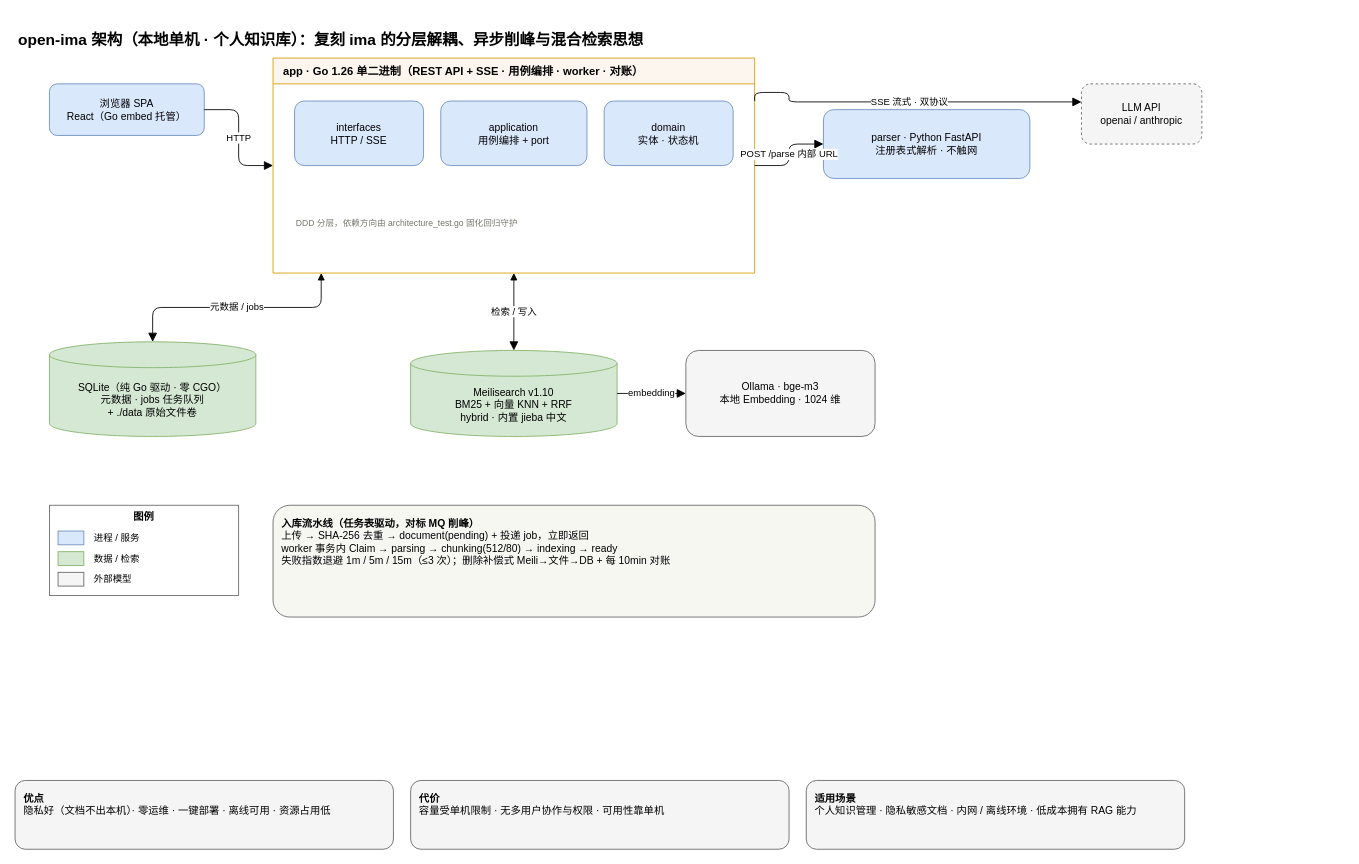
This is page "2-openima-本地架构" (2 of 3) of docs/diagrams/ima-vs-openima-architecture.drawio from toddwyl/open-ima, a draw.io file, before an edit. Source tidied: cells renumbered, new cells numbered last; positions are measured from the earlier drawing's top-left corner, leaving out a move shared by most shapes. Both pictures are drawn from the tidied source at 86%, with x=0, y=0 at pixel (15, 23).
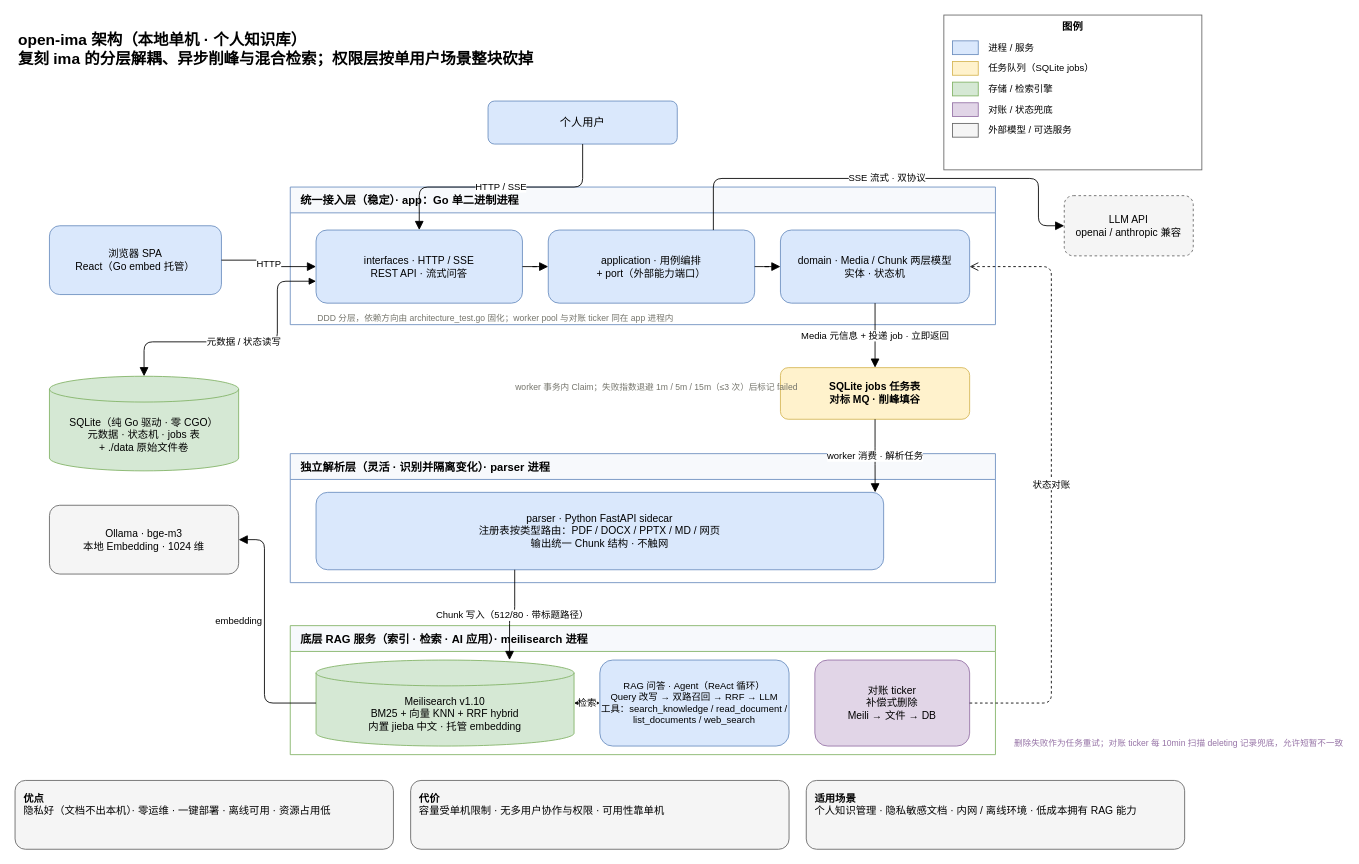
After the change.

Commit message (it also covers changes not shown here):
docs: 重绘 open-ima 架构页，对齐 ima 云端图风格与知乎文章内容

- 三条泳道（统一接入层 app / 独立解析层 parser / 底层 RAG 服务 meilisearch）对标云端图骨架
- SQLite jobs 任务表对标 MQ 削峰，黄色标记；对账 ticker 紫色虚线回连 domain
- 补充 Agent ReAct、四个工具、worker 退避、补偿式删除等知乎文章对齐的细节
- 同步导出 ima-vs-openima-page2.png

Diff of the diagram source:
```diff
@@
-    <mxCell id="2" value="open-ima 架构（本地单机 · 个人知识库）：复刻 ima 的分层解耦、异步削峰与混合检索思想" style="text;html=1;align=left;verticalAlign=top;fontSize=18;fontStyle=1;spacing=4;" parent="1" vertex="1">
-      <mxGeometry width="1360" height="34" as="geometry" />
+    <mxCell id="2" value="open-ima 架构（本地单机 · 个人知识库）&#10;复刻 ima 的分层解耦、异步削峰与混合检索；权限层按单用户场景整块砍掉" style="text;html=1;align=left;verticalAlign=top;fontSize=18;fontStyle=1;spacing=4;" parent="1" vertex="1">
+      <mxGeometry width="1200" height="60" as="geometry" />
     </mxCell>
+    <mxCell id="31" value="个人用户" style="rounded=1;whiteSpace=wrap;html=1;fillColor=#dae8fc;strokeColor=#6c8ebf;fontSize=13;" parent="1" vertex="1">
+      <mxGeometry x="550" y="90" width="220" height="50" as="geometry" />
+    </mxCell>
     <mxCell id="3" value="浏览器 SPA&#10;React（Go embed 托管）" style="rounded=1;whiteSpace=wrap;html=1;fillColor=#dae8fc;strokeColor=#6c8ebf;fontSize=12;" parent="1" vertex="1">
-      <mxGeometry x="40" y="70" width="180" height="60" as="geometry" />
+      <mxGeometry x="40" y="235" width="200" height="80" as="geometry" />
     </mxCell>
-    <mxCell id="4" value="app · Go 1.26 单二进制（REST API + SSE · 用例编排 · worker · 对账）" style="swimlane;startSize=30;fillColor=#fdf6ee;strokeColor=#d79b00;fontSize=13;fontStyle=1;align=left;spacingLeft=10;" parent="1" vertex="1">
-      <mxGeometry x="300" y="40" width="560" height="250" as="geometry" />
-    </mxCell>
+    <mxCell id="32" value="统一接入层（稳定）· app：Go 单二进制进程" style="swimlane;startSize=30;fillColor=#f7f9fc;strokeColor=#6c8ebf;fontSize=13;fontStyle=1;align=left;spacingLeft=10;" parent="1" vertex="1">
+      <mxGeometry x="320" y="190" width="820" height="160" as="geometry" />
+    </mxCell>
-    <mxCell id="5" value="interfaces&#10;HTTP / SSE" style="rounded=1;whiteSpace=wrap;html=1;fillColor=#dae8fc;strokeColor=#6c8ebf;fontSize=12;" parent="4" vertex="1">
-      <mxGeometry x="25" y="50" width="150" height="75" as="geometry" />
+    <mxCell id="5" value="interfaces · HTTP / SSE&#10;REST API · 流式问答" style="rounded=1;whiteSpace=wrap;html=1;fillColor=#dae8fc;strokeColor=#6c8ebf;fontSize=12;" parent="32" vertex="1">
+      <mxGeometry x="30" y="50" width="240" height="85" as="geometry" />
     </mxCell>
-    <mxCell id="6" value="application&#10;用例编排 + port" style="rounded=1;whiteSpace=wrap;html=1;fillColor=#dae8fc;strokeColor=#6c8ebf;fontSize=12;" parent="4" vertex="1">
-      <mxGeometry x="195" y="50" width="170" height="75" as="geometry" />
+    <mxCell id="6" value="application · 用例编排&#10;+ port（外部能力端口）" style="rounded=1;whiteSpace=wrap;html=1;fillColor=#dae8fc;strokeColor=#6c8ebf;fontSize=12;" parent="32" vertex="1">
+      <mxGeometry x="300" y="50" width="240" height="85" as="geometry" />
     </mxCell>
-    <mxCell id="7" value="domain&#10;实体 · 状态机" style="rounded=1;whiteSpace=wrap;html=1;fillColor=#dae8fc;strokeColor=#6c8ebf;fontSize=12;" parent="4" vertex="1">
-      <mxGeometry x="385" y="50" width="150" height="75" as="geometry" />
+    <mxCell id="7" value="domain · Media / Chunk 两层模型&#10;实体 · 状态机" style="rounded=1;whiteSpace=wrap;html=1;fillColor=#dae8fc;strokeColor=#6c8ebf;fontSize=12;" parent="32" vertex="1">
+      <mxGeometry x="570" y="50" width="220" height="85" as="geometry" />
     </mxCell>
-    <mxCell id="8" value="DDD 分层，依赖方向由 architecture_test.go 固化回归守护" style="text;html=1;align=left;fontSize=10;fontColor=#75756c;" parent="4" vertex="1">
-      <mxGeometry x="25" y="180" width="510" height="30" as="geometry" />
+    <mxCell id="8" value="DDD 分层，依赖方向由 architecture_test.go 固化；worker pool 与对账 ticker 同在 app 进程内" style="text;html=1;align=left;fontSize=10;fontColor=#75756c;" parent="32" vertex="1">
+      <mxGeometry x="30" y="140" width="760" height="16" as="geometry" />
     </mxCell>
+    <mxCell id="33" value="SQLite jobs 任务表&#10;对标 MQ · 削峰填谷" style="rounded=1;whiteSpace=wrap;html=1;fillColor=#fff2cc;strokeColor=#d6b656;fontSize=12;fontStyle=1;" parent="1" vertex="1">
+      <mxGeometry x="890" y="400" width="220" height="60" as="geometry" />
+    </mxCell>
+    <mxCell id="34" value="worker 事务内 Claim；失败指数退避 1m / 5m / 15m（≤3 次）后标记 failed" style="text;html=1;align=left;fontSize=10;fontColor=#75756c;" parent="1" vertex="1">
+      <mxGeometry x="580" y="410" width="290" height="40" as="geometry" />
+    </mxCell>
+    <mxCell id="35" value="独立解析层（灵活 · 识别并隔离变化）· parser 进程" style="swimlane;startSize=30;fillColor=#f7f9fc;strokeColor=#6c8ebf;fontSize=13;fontStyle=1;align=left;spacingLeft=10;" parent="1" vertex="1">
+      <mxGeometry x="320" y="500" width="820" height="150" as="geometry" />
+    </mxCell>
-    <mxCell id="9" value="parser · Python FastAPI&#10;注册表式解析 · 不触网" style="rounded=1;whiteSpace=wrap;html=1;fillColor=#dae8fc;strokeColor=#6c8ebf;fontSize=12;" parent="1" vertex="1">
-      <mxGeometry x="940" y="100" width="240" height="80" as="geometry" />
+    <mxCell id="9" value="parser · Python FastAPI sidecar&#10;注册表按类型路由：PDF / DOCX / PPTX / MD / 网页&#10;输出统一 Chunk 结构 · 不触网" style="rounded=1;whiteSpace=wrap;html=1;fillColor=#dae8fc;strokeColor=#6c8ebf;fontSize=12;" parent="35" vertex="1">
+      <mxGeometry x="30" y="45" width="660" height="90" as="geometry" />
     </mxCell>
+    <mxCell id="36" value="底层 RAG 服务（索引 · 检索 · AI 应用）· meilisearch 进程" style="swimlane;startSize=30;fillColor=#f7f9fc;strokeColor=#82b366;fontSize=13;fontStyle=1;align=left;spacingLeft=10;" parent="1" vertex="1">
+      <mxGeometry x="320" y="700" width="820" height="150" as="geometry" />
+    </mxCell>
+    <mxCell id="11" value="Meilisearch v1.10&#10;BM25 + 向量 KNN + RRF hybrid&#10;内置 jieba 中文 · 托管 embedding" style="shape=cylinder3;whiteSpace=wrap;html=1;boundedLbl=1;backgroundOutline=1;size=15;fillColor=#d5e8d4;strokeColor=#82b366;fontSize=12;" parent="36" vertex="1">
+      <mxGeometry x="30" y="40" width="300" height="100" as="geometry" />
+    </mxCell>
+    <mxCell id="37" value="RAG 问答 · Agent（ReAct 循环）&#10;Query 改写 → 双路召回 → RRF → LLM&#10;工具：search_knowledge / read_document / list_documents / web_search" style="rounded=1;whiteSpace=wrap;html=1;fillColor=#dae8fc;strokeColor=#6c8ebf;fontSize=11;" parent="36" vertex="1">
+      <mxGeometry x="360" y="40" width="220" height="100" as="geometry" />
+    </mxCell>
+    <mxCell id="38" value="对账 ticker&#10;补偿式删除&#10;Meili → 文件 → DB" style="rounded=1;whiteSpace=wrap;html=1;fillColor=#e1d5e7;strokeColor=#9673a6;fontSize=12;" parent="36" vertex="1">
+      <mxGeometry x="610" y="40" width="180" height="100" as="geometry" />
+    </mxCell>
+    <mxCell id="13" value="SQLite（纯 Go 驱动 · 零 CGO）&#10;元数据 · 状态机 · jobs 表&#10;+ ./data 原始文件卷" style="shape=cylinder3;whiteSpace=wrap;html=1;boundedLbl=1;backgroundOutline=1;size=15;fillColor=#d5e8d4;strokeColor=#82b366;fontSize=12;" parent="1" vertex="1">
+      <mxGeometry x="40" y="410" width="220" height="110" as="geometry" />
+    </mxCell>
+    <mxCell id="12" value="Ollama · bge-m3&#10;本地 Embedding · 1024 维" style="rounded=1;whiteSpace=wrap;html=1;fillColor=#f5f5f5;strokeColor=#666666;fontSize=12;" parent="1" vertex="1">
+      <mxGeometry x="40" y="560" width="220" height="80" as="geometry" />
+    </mxCell>
-    <mxCell id="10" value="LLM API&#10;openai / anthropic" style="rounded=1;whiteSpace=wrap;html=1;fillColor=#f5f5f5;strokeColor=#666666;dashed=1;fontSize=12;" parent="1" vertex="1">
-      <mxGeometry x="1240" y="70" width="140" height="70" as="geometry" />
+    <mxCell id="10" value="LLM API&#10;openai / anthropic 兼容" style="rounded=1;whiteSpace=wrap;html=1;fillColor=#f5f5f5;strokeColor=#666666;dashed=1;fontSize=12;" parent="1" vertex="1">
+      <mxGeometry x="1220" y="200" width="150" height="70" as="geometry" />
     </mxCell>
-    <mxCell id="11" value="Meilisearch v1.10&#10;BM25 + 向量 KNN + RRF&#10;hybrid · 内置 jieba 中文" style="shape=cylinder3;whiteSpace=wrap;html=1;boundedLbl=1;backgroundOutline=1;size=15;fillColor=#d5e8d4;strokeColor=#82b366;fontSize=12;" parent="1" vertex="1">
-      <mxGeometry x="460" y="380" width="240" height="100" as="geometry" />
-    </mxCell>
-    <mxCell id="12" value="Ollama · bge-m3&#10;本地 Embedding · 1024 维" style="rounded=1;whiteSpace=wrap;html=1;fillColor=#f5f5f5;strokeColor=#666666;fontSize=12;" parent="1" vertex="1">
-      <mxGeometry x="780" y="380" width="220" height="100" as="geometry" />
-    </mxCell>
-    <mxCell id="13" value="SQLite（纯 Go 驱动 · 零 CGO）&#10;元数据 · jobs 任务队列&#10;+ ./data 原始文件卷" style="shape=cylinder3;whiteSpace=wrap;html=1;boundedLbl=1;backgroundOutline=1;size=15;fillColor=#d5e8d4;strokeColor=#82b366;fontSize=12;" parent="1" vertex="1">
-      <mxGeometry x="40" y="370" width="240" height="110" as="geometry" />
-    </mxCell>
+    <mxCell id="39" value="HTTP / SSE" style="edgeStyle=orthogonalEdgeStyle;rounded=1;jettySize=auto;html=1;endArrow=block;endSize=8;fontSize=11;labelBackgroundColor=#ffffff;exitX=0.5;exitY=1;exitDx=0;exitDy=0;entryX=0.5;entryY=0;entryDx=0;entryDy=0;" parent="1" edge="1" source="31" target="5">
+      <mxGeometry relative="1" as="geometry" />
+    </mxCell>
-    <mxCell id="14" value="HTTP" style="edgeStyle=orthogonalEdgeStyle;rounded=1;jettySize=auto;html=1;endArrow=block;endSize=8;fontSize=11;labelBackgroundColor=#ffffff;" parent="1" edge="1" source="3" target="4">
+    <mxCell id="14" value="HTTP" style="edgeStyle=orthogonalEdgeStyle;rounded=1;jettySize=auto;html=1;endArrow=block;endSize=8;fontSize=11;labelBackgroundColor=#ffffff;exitX=1;exitY=0.5;exitDx=0;exitDy=0;entryX=0;entryY=0.5;entryDx=0;entryDy=0;" parent="1" edge="1" source="3" target="5">
       <mxGeometry relative="1" as="geometry" />
     </mxCell>
-    <mxCell id="15" value="POST /parse 内部 URL" style="edgeStyle=orthogonalEdgeStyle;rounded=1;jettySize=auto;html=1;endArrow=block;endSize=8;fontSize=11;labelBackgroundColor=#ffffff;" parent="1" edge="1" source="4" target="9">
-      <mxGeometry relative="1" as="geometry" />
-    </mxCell>
+    <mxCell id="40" style="edgeStyle=orthogonalEdgeStyle;rounded=1;jettySize=auto;html=1;endArrow=block;endSize=8;" parent="1" edge="1" source="5" target="6">
+      <mxGeometry relative="1" as="geometry" />
+    </mxCell>
+    <mxCell id="41" style="edgeStyle=orthogonalEdgeStyle;rounded=1;jettySize=auto;html=1;endArrow=block;endSize=8;" parent="1" edge="1" source="6" target="7">
+      <mxGeometry relative="1" as="geometry" />
+    </mxCell>
+    <mxCell id="42" value="Media 元信息 + 投递 job · 立即返回" style="edgeStyle=orthogonalEdgeStyle;rounded=1;jettySize=auto;html=1;endArrow=block;endSize=8;fontSize=11;labelBackgroundColor=#ffffff;exitX=0.5;exitY=1;exitDx=0;exitDy=0;entryX=0.5;entryY=0;entryDx=0;entryDy=0;" parent="1" edge="1" source="7" target="33">
+      <mxGeometry relative="1" as="geometry" />
+    </mxCell>
+    <mxCell id="43" value="worker 消费 · 解析任务" style="edgeStyle=orthogonalEdgeStyle;rounded=1;jettySize=auto;html=1;endArrow=block;endSize=8;fontSize=11;labelBackgroundColor=#ffffff;exitX=0.5;exitY=1;exitDx=0;exitDy=0;entryX=0.985;entryY=0;entryDx=0;entryDy=0;" parent="1" edge="1" source="33" target="9">
+      <mxGeometry relative="1" as="geometry" />
+    </mxCell>
+    <mxCell id="44" value="Chunk 写入（512/80 · 带标题路径）" style="edgeStyle=orthogonalEdgeStyle;rounded=1;jettySize=auto;html=1;endArrow=block;endSize=8;fontSize=11;labelBackgroundColor=#ffffff;exitX=0.35;exitY=1;exitDx=0;exitDy=0;entryX=0.75;entryY=0;entryDx=0;entryDy=0;" parent="1" edge="1" source="9" target="11">
+      <mxGeometry relative="1" as="geometry" />
+    </mxCell>
+    <mxCell id="45" value="检索" style="edgeStyle=orthogonalEdgeStyle;rounded=1;jettySize=auto;html=1;endArrow=block;endSize=8;fontSize=11;labelBackgroundColor=#ffffff;startArrow=block;" parent="1" edge="1" source="37" target="11">
+      <mxGeometry relative="1" as="geometry" />
+    </mxCell>
+    <mxCell id="18" value="embedding" style="edgeStyle=orthogonalEdgeStyle;rounded=1;jettySize=auto;html=1;endArrow=block;endSize=8;fontSize=11;labelBackgroundColor=#ffffff;exitX=0;exitY=0.5;exitDx=0;exitDy=0;entryX=1;entryY=0.5;entryDx=0;entryDy=0;" parent="1" edge="1" source="11" target="12">
+      <mxGeometry relative="1" as="geometry">
+        <Array as="points">
+          <mxPoint x="290" y="790" />
+          <mxPoint x="290" y="600" />
+        </Array>
+        <mxPoint x="-30" y="-15" as="offset" />
+      </mxGeometry>
+    </mxCell>
-    <mxCell id="16" value="SSE 流式 · 双协议" style="edgeStyle=orthogonalEdgeStyle;rounded=1;jettySize=auto;html=1;endArrow=block;endSize=8;fontSize=11;labelBackgroundColor=#ffffff;exitX=1;exitY=0.2;exitDx=0;exitDy=0;entryX=0;entryY=0.3;entryDx=0;entryDy=0;" parent="1" edge="1" source="4" target="10">
+    <mxCell id="16" value="SSE 流式 · 双协议" style="edgeStyle=orthogonalEdgeStyle;rounded=1;jettySize=auto;html=1;endArrow=block;endSize=8;fontSize=11;labelBackgroundColor=#ffffff;exitX=0.8;exitY=0;exitDx=0;exitDy=0;entryX=0;entryY=0.5;entryDx=0;entryDy=0;" parent="1" edge="1" source="6" target="10">
       <mxGeometry relative="1" as="geometry">
         <Array as="points">
-          <mxPoint x="900" y="80" />
+          <mxPoint x="812" y="180" />
+          <mxPoint x="1190" y="180" />
+          <mxPoint x="1190" y="235" />
         </Array>
       </mxGeometry>
     </mxCell>
-    <mxCell id="17" value="检索 / 写入" style="edgeStyle=orthogonalEdgeStyle;rounded=1;jettySize=auto;html=1;endArrow=block;endSize=8;fontSize=11;labelBackgroundColor=#ffffff;startArrow=block;exitX=0.5;exitY=1;exitDx=0;exitDy=0;entryX=0.5;entryY=0;entryDx=0;entryDy=0;" parent="1" edge="1" source="4" target="11">
-      <mxGeometry relative="1" as="geometry" />
-    </mxCell>
-    <mxCell id="18" value="embedding" style="edgeStyle=orthogonalEdgeStyle;rounded=1;jettySize=auto;html=1;endArrow=block;endSize=8;fontSize=11;labelBackgroundColor=#ffffff;" parent="1" edge="1" source="11" target="12">
-      <mxGeometry relative="1" as="geometry" />
-    </mxCell>
-    <mxCell id="19" value="元数据 / jobs" style="edgeStyle=orthogonalEdgeStyle;rounded=1;jettySize=auto;html=1;endArrow=block;endSize=8;fontSize=11;labelBackgroundColor=#ffffff;startArrow=block;exitX=0.1;exitY=1;exitDx=0;exitDy=0;entryX=0.5;entryY=0;entryDx=0;entryDy=0;" parent="1" edge="1" source="4" target="13">
+    <mxCell id="19" value="元数据 / 状态读写" style="edgeStyle=orthogonalEdgeStyle;rounded=1;jettySize=auto;html=1;endArrow=block;endSize=8;fontSize=11;labelBackgroundColor=#ffffff;startArrow=block;exitX=0;exitY=0.7;exitDx=0;exitDy=0;entryX=0.5;entryY=0;entryDx=0;entryDy=0;" parent="1" edge="1" source="5" target="13">
       <mxGeometry relative="1" as="geometry">
         <Array as="points">
-          <mxPoint x="356" y="330" />
-          <mxPoint x="160" y="330" />
+          <mxPoint x="305" y="300" />
+          <mxPoint x="305" y="370" />
+          <mxPoint x="150" y="370" />
         </Array>
       </mxGeometry>
     </mxCell>
-    <mxCell id="20" value="&lt;b&gt;入库流水线（任务表驱动，对标 MQ 削峰）&lt;/b&gt;&#10;上传 → SHA-256 去重 → document(pending) + 投递 job，立即返回&#10;worker 事务内 Claim → parsing → chunking(512/80) → indexing → ready&#10;失败指数退避 1m / 5m / 15m（≤3 次）；删除补偿式 Meili→文件→DB + 每 10min 对账" style="rounded=1;whiteSpace=wrap;html=1;fillColor=#f7f7f2;strokeColor=#666666;fontSize=12;align=left;spacing=10;verticalAlign=top;" parent="1" vertex="1">
-      <mxGeometry x="300" y="560" width="700" height="130" as="geometry" />
-    </mxCell>
+    <mxCell id="46" value="状态对账" style="edgeStyle=orthogonalEdgeStyle;rounded=1;jettySize=auto;html=1;endArrow=open;endSize=8;dashed=1;fontSize=11;labelBackgroundColor=#ffffff;exitX=1;exitY=0.5;exitDx=0;exitDy=0;entryX=1;entryY=0.5;entryDx=0;entryDy=0;" parent="1" edge="1" source="38" target="7">
+      <mxGeometry relative="1" as="geometry">
+        <Array as="points">
+          <mxPoint x="1205" y="790" />
+          <mxPoint x="1205" y="282" />
+        </Array>
+      </mxGeometry>
+    </mxCell>
+    <mxCell id="47" value="删除失败作为任务重试；对账 ticker 每 10min 扫描 deleting 记录兜底，允许短暂不一致" style="text;html=1;align=left;fontSize=10;fontColor=#9673a6;" parent="1" vertex="1">
+      <mxGeometry x="1160" y="825" width="220" height="50" as="geometry" />
+    </mxCell>
     <mxCell id="21" value="图例" style="rounded=0;whiteSpace=wrap;html=1;fillColor=none;strokeColor=#666666;verticalAlign=top;fontStyle=1;" parent="1" vertex="1">
-      <mxGeometry x="40" y="560" width="220" height="105" as="geometry" />
+      <mxGeometry x="1080" y="-10" width="300" height="180" as="geometry" />
     </mxCell>
@@
     <mxCell id="23" value="进程 / 服务" style="text;html=1;align=left;verticalAlign=middle;fontSize=11;" parent="21" vertex="1">
-      <mxGeometry x="50" y="28" width="140" height="20" as="geometry" />
+      <mxGeometry x="50" y="28" width="170" height="20" as="geometry" />
     </mxCell>
-    <mxCell id="24" style="rounded=0;html=1;fillColor=#d5e8d4;strokeColor=#82b366;" parent="21" vertex="1">
+    <mxCell id="24" style="rounded=0;html=1;fillColor=#fff2cc;strokeColor=#d6b656;" parent="21" vertex="1">
       <mxGeometry x="10" y="54" width="30" height="16" as="geometry" />
     </mxCell>
-    <mxCell id="25" value="数据 / 检索" style="text;html=1;align=left;verticalAlign=middle;fontSize=11;" parent="21" vertex="1">
-      <mxGeometry x="50" y="52" width="140" height="20" as="geometry" />
+    <mxCell id="25" value="任务队列（SQLite jobs）" style="text;html=1;align=left;verticalAlign=middle;fontSize=11;" parent="21" vertex="1">
+      <mxGeometry x="50" y="52" width="170" height="20" as="geometry" />
     </mxCell>
-    <mxCell id="26" style="rounded=0;html=1;fillColor=#f5f5f5;strokeColor=#666666;" parent="21" vertex="1">
+    <mxCell id="26" style="rounded=0;html=1;fillColor=#d5e8d4;strokeColor=#82b366;" parent="21" vertex="1">
       <mxGeometry x="10" y="78" width="30" height="16" as="geometry" />
     </mxCell>
-    <mxCell id="27" value="外部模型" style="text;html=1;align=left;verticalAlign=middle;fontSize=11;" parent="21" vertex="1">
-      <mxGeometry x="50" y="76" width="140" height="20" as="geometry" />
+    <mxCell id="27" value="存储 / 检索引擎" style="text;html=1;align=left;verticalAlign=middle;fontSize=11;" parent="21" vertex="1">
+      <mxGeometry x="50" y="76" width="170" height="20" as="geometry" />
     </mxCell>
+    <mxCell id="48" style="rounded=0;html=1;fillColor=#e1d5e7;strokeColor=#9673a6;" parent="21" vertex="1">
+      <mxGeometry x="10" y="102" width="30" height="16" as="geometry" />
+    </mxCell>
+    <mxCell id="49" value="对账 / 状态兜底" style="text;html=1;align=left;verticalAlign=middle;fontSize=11;" parent="21" vertex="1">
+      <mxGeometry x="50" y="100" width="170" height="20" as="geometry" />
+    </mxCell>
+    <mxCell id="50" style="rounded=0;html=1;fillColor=#f5f5f5;strokeColor=#666666;" parent="21" vertex="1">
+      <mxGeometry x="10" y="126" width="30" height="16" as="geometry" />
+    </mxCell>
+    <mxCell id="51" value="外部模型 / 可选服务" style="text;html=1;align=left;verticalAlign=middle;fontSize=11;" parent="21" vertex="1">
+      <mxGeometry x="50" y="124" width="170" height="20" as="geometry" />
+    </mxCell>
```
